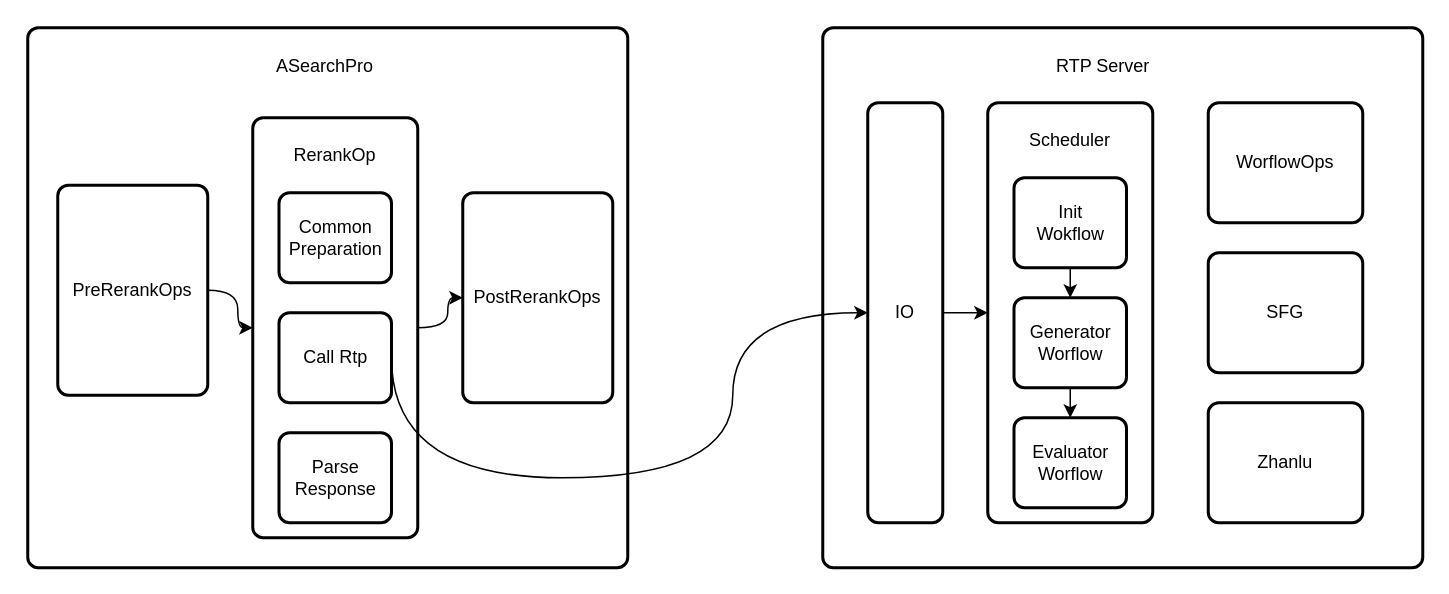
Earlier version of the draw.io diagram psa.drawio (herainyday/drawio). Source tidied: cells renumbered, new cells numbered last; positions are measured from the earlier drawing's top-left corner, leaving out a move shared by most shapes. Both pictures are drawn from the tidied source at 150%, with x=0, y=0 at pixel (27, 27).
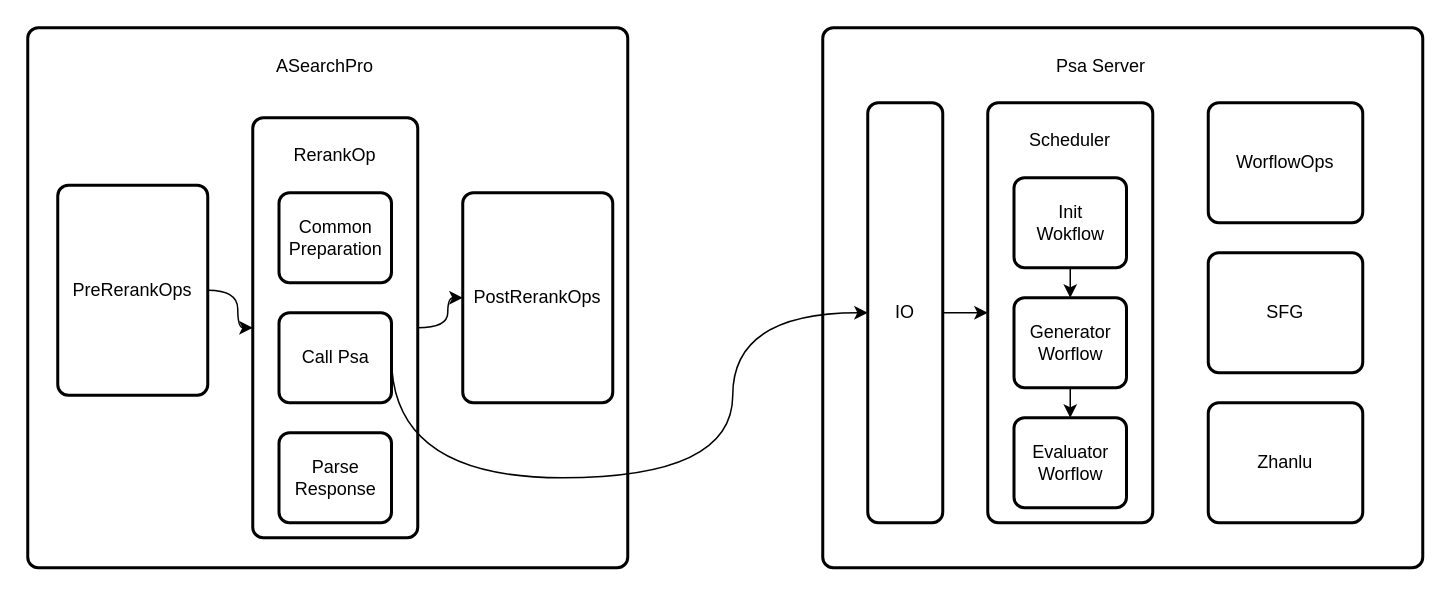
Above is the later version.

What changed in the source:
```diff
@@
-    <mxCell id="16" value="RTP Server" style="text;strokeColor=none;fillColor=none;align=left;verticalAlign=middle;spacingLeft=4;spacingRight=4;overflow=hidden;" parent="1" vertex="1">
+    <mxCell id="16" value="Psa Server" style="text;strokeColor=none;fillColor=none;align=left;verticalAlign=middle;spacingLeft=4;spacingRight=4;overflow=hidden;" parent="1" vertex="1">
       <mxGeometry x="680" y="10" width="80" height="30" as="geometry" />
     </mxCell>
@@
-    <mxCell id="22" value="Call Rtp" style="rounded=1;whiteSpace=wrap;html=1;absoluteArcSize=1;arcSize=14;strokeWidth=2;" parent="1" vertex="1">
+    <mxCell id="22" value="Call Psa" style="rounded=1;whiteSpace=wrap;html=1;absoluteArcSize=1;arcSize=14;strokeWidth=2;" parent="1" vertex="1">
       <mxGeometry x="167.5" y="190" width="75" height="60" as="geometry" />
     </mxCell>
```
